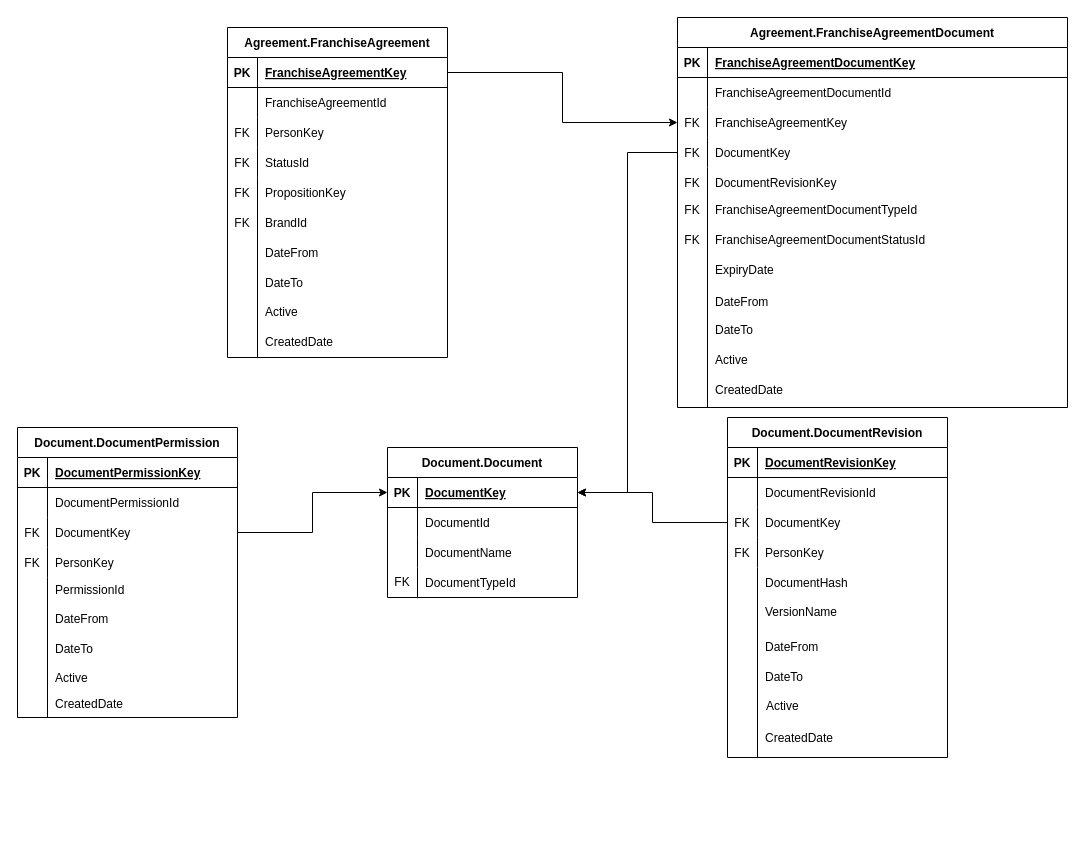
AA-Mike/SqlToolbox keeps this draw.io diagram as FCA.drawio. Above is the earlier version. Source tidied: cells renumbered, new cells numbered last; positions are measured from the earlier drawing's top-left corner, leaving out a move shared by most shapes. Both pictures are drawn from the tidied source at 100%, with x=0, y=0 at pixel (17, 17).
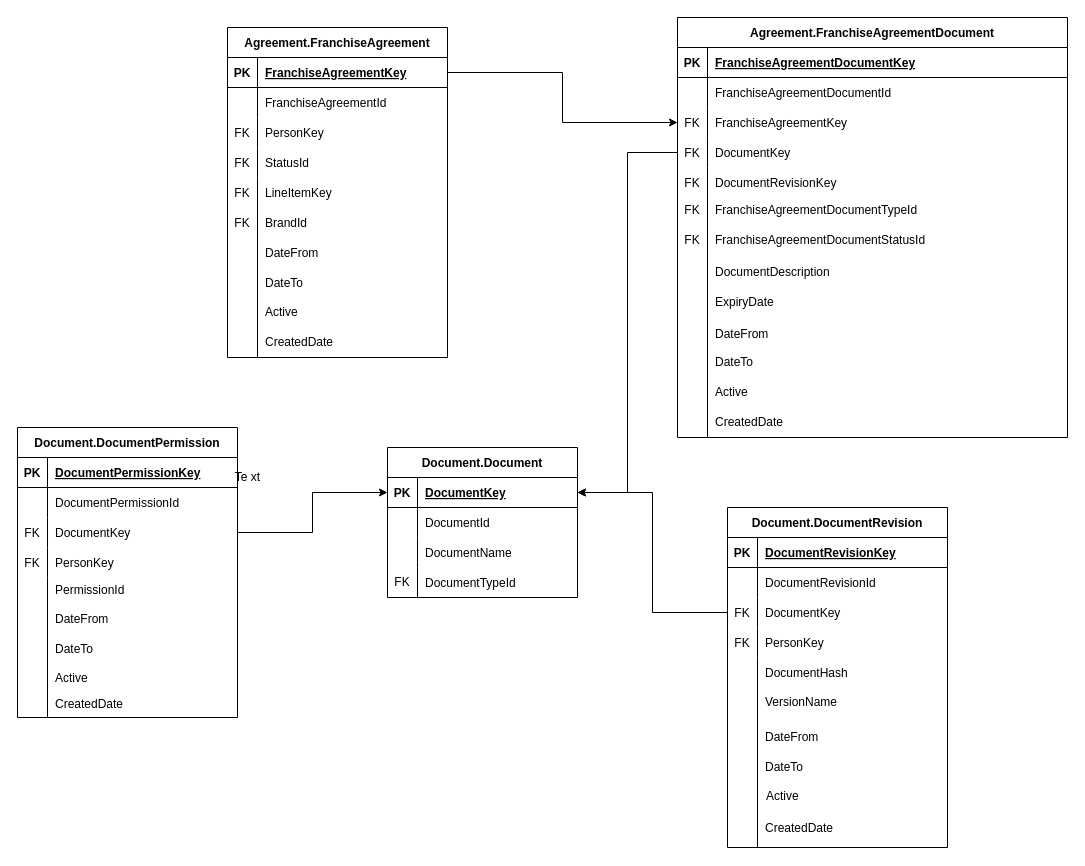
After the change.

The change refers to these unchanged cells:
```xml
<mxCell id="15" style="shape=tableRow;horizontal=0;startSize=0;swimlaneHead=0;swimlaneBody=0;fillColor=none;top=0;left=0;right=0;bottom=0;" parent="1" vertex="1">
  <mxGeometry x="210" y="160" width="220" height="30" as="geometry" />
</mxCell>
```

Diff of the diagram source:
```diff
@@
-    <mxCell id="17" value="PropositionKey" style="shape=partialRectangle;fillColor=none;top=0;left=0;bottom=0;right=0;align=left;spacingLeft=6;overflow=hidden;" parent="15" vertex="1">
+    <mxCell id="17" value="LineItemKey" style="shape=partialRectangle;fillColor=none;top=0;left=0;bottom=0;right=0;align=left;spacingLeft=6;overflow=hidden;" parent="15" vertex="1">
       <mxGeometry x="30" width="190" height="30" as="geometry" />
     </mxCell>
@@
     <mxCell id="24" value="Agreement.FranchiseAgreementDocument" style="shape=table;startSize=30;childLayout=tableLayout;rowLines=0;fontStyle=1;align=center;" parent="1" vertex="1">
-      <mxGeometry x="660" width="390" height="390" as="geometry" />
+      <mxGeometry x="660" width="390" height="420" as="geometry" />
     </mxCell>
@@
     <mxCell id="41" value="DateFrom" style="shape=partialRectangle;fillColor=none;top=0;left=0;bottom=0;right=0;align=left;spacingLeft=6;overflow=hidden;" parent="1" vertex="1">
-      <mxGeometry x="690" y="269" width="190" height="30" as="geometry" />
+      <mxGeometry x="690" y="301" width="190" height="30" as="geometry" />
     </mxCell>
     <mxCell id="42" value="DateTo" style="shape=partialRectangle;fillColor=none;top=0;left=0;bottom=0;right=0;align=left;spacingLeft=6;overflow=hidden;" parent="1" vertex="1">
-      <mxGeometry x="690" y="297" width="190" height="30" as="geometry" />
+      <mxGeometry x="690" y="329" width="190" height="30" as="geometry" />
     </mxCell>
     <mxCell id="43" value="Active" style="shape=partialRectangle;fillColor=none;top=0;left=0;bottom=0;right=0;align=left;spacingLeft=6;overflow=hidden;" parent="1" vertex="1">
-      <mxGeometry x="690" y="327" width="190" height="30" as="geometry" />
+      <mxGeometry x="690" y="359" width="190" height="30" as="geometry" />
     </mxCell>
     <mxCell id="44" value="CreatedDate" style="shape=partialRectangle;fillColor=none;top=0;left=0;bottom=0;right=0;align=left;spacingLeft=6;overflow=hidden;" parent="1" vertex="1">
-      <mxGeometry x="690" y="357" width="190" height="30" as="geometry" />
+      <mxGeometry x="690" y="389" width="190" height="30" as="geometry" />
     </mxCell>
     <mxCell id="45" style="endArrow=none;html=1;rounded=0;" parent="1" edge="1">
       <mxGeometry relative="1" as="geometry">
-        <mxPoint x="690" y="390" as="sourcePoint" />
+        <mxPoint x="690" y="420" as="sourcePoint" />
         <mxPoint x="690" y="150" as="targetPoint" />
       </mxGeometry>
     </mxCell>
@@
     <mxCell id="79" value="Document.DocumentRevision" style="shape=table;startSize=30;childLayout=tableLayout;rowLines=0;fontStyle=1;align=center;" parent="1" vertex="1">
-      <mxGeometry x="710" y="400" width="220" height="340" as="geometry" />
+      <mxGeometry x="710" y="490" width="220" height="340" as="geometry" />
     </mxCell>
@@
     <mxCell id="92" style="shape=tableRow;horizontal=0;startSize=0;swimlaneHead=0;swimlaneBody=0;fillColor=none;top=0;left=0;right=0;bottom=0;" parent="1" vertex="1">
-      <mxGeometry x="710" y="550" width="220" height="30" as="geometry" />
+      <mxGeometry x="710" y="640" width="220" height="30" as="geometry" />
     </mxCell>
     <mxCell id="93" value="DateFrom" style="shape=partialRectangle;fillColor=none;top=0;left=0;bottom=0;right=0;align=left;spacingLeft=6;overflow=hidden;" parent="1" vertex="1">
-      <mxGeometry x="740" y="614" width="190" height="30" as="geometry" />
+      <mxGeometry x="740" y="704" width="190" height="30" as="geometry" />
     </mxCell>
     <mxCell id="94" value="DateTo" style="shape=partialRectangle;fillColor=none;top=0;left=0;bottom=0;right=0;align=left;spacingLeft=6;overflow=hidden;" parent="1" vertex="1">
-      <mxGeometry x="740" y="644" width="190" height="30" as="geometry" />
+      <mxGeometry x="740" y="734" width="190" height="30" as="geometry" />
     </mxCell>
     <mxCell id="95" value="Active" style="shape=partialRectangle;fillColor=none;top=0;left=0;bottom=0;right=0;align=left;spacingLeft=6;overflow=hidden;" parent="1" vertex="1">
-      <mxGeometry x="741" y="673" width="190" height="30" as="geometry" />
+      <mxGeometry x="741" y="763" width="190" height="30" as="geometry" />
     </mxCell>
     <mxCell id="96" value="CreatedDate" style="shape=partialRectangle;fillColor=none;top=0;left=0;bottom=0;right=0;align=left;spacingLeft=6;overflow=hidden;" parent="1" vertex="1">
-      <mxGeometry x="740" y="705" width="190" height="30" as="geometry" />
+      <mxGeometry x="740" y="795" width="190" height="30" as="geometry" />
     </mxCell>
     <mxCell id="97" style="endArrow=none;html=1;rounded=0;" parent="1" edge="1">
       <mxGeometry relative="1" as="geometry">
-        <mxPoint x="740" y="740" as="sourcePoint" />
-        <mxPoint x="740" y="550" as="targetPoint" />
+        <mxPoint x="740" y="830" as="sourcePoint" />
+        <mxPoint x="740" y="640" as="targetPoint" />
       </mxGeometry>
     </mxCell>
     <mxCell id="98" value="DocumentHash" style="shape=partialRectangle;fillColor=none;top=0;left=0;bottom=0;right=0;align=left;spacingLeft=6;overflow=hidden;" parent="1" vertex="1">
-      <mxGeometry x="740" y="550" width="190" height="30" as="geometry" />
+      <mxGeometry x="740" y="640" width="190" height="30" as="geometry" />
     </mxCell>
@@
     <mxCell id="103" value="ExpiryDate" style="shape=partialRectangle;fillColor=none;top=0;left=0;bottom=0;right=0;align=left;spacingLeft=6;overflow=hidden;" parent="1" vertex="1">
-      <mxGeometry x="690" y="237" width="190" height="30" as="geometry" />
+      <mxGeometry x="690" y="269" width="190" height="30" as="geometry" />
     </mxCell>
@@
     <mxCell id="107" value="VersionName" style="shape=partialRectangle;fillColor=none;top=0;left=0;bottom=0;right=0;align=left;spacingLeft=6;overflow=hidden;" parent="1" vertex="1">
-      <mxGeometry x="740" y="579" width="190" height="30" as="geometry" />
+      <mxGeometry x="740" y="669" width="190" height="30" as="geometry" />
     </mxCell>
@@
+    <mxCell id="109" value="Te xt" style="text;html=1;align=center;verticalAlign=middle;strokeColor=none;fillColor=none;" parent="1" vertex="1">
+      <mxGeometry x="205" y="445" width="50" height="30" as="geometry" />
+    </mxCell>
+    <mxCell id="110" value="DocumentDescription" style="shape=partialRectangle;fillColor=none;top=0;left=0;bottom=0;right=0;align=left;spacingLeft=6;overflow=hidden;" parent="1" vertex="1">
+      <mxGeometry x="690" y="239" width="190" height="30" as="geometry" />
+    </mxCell>
```
